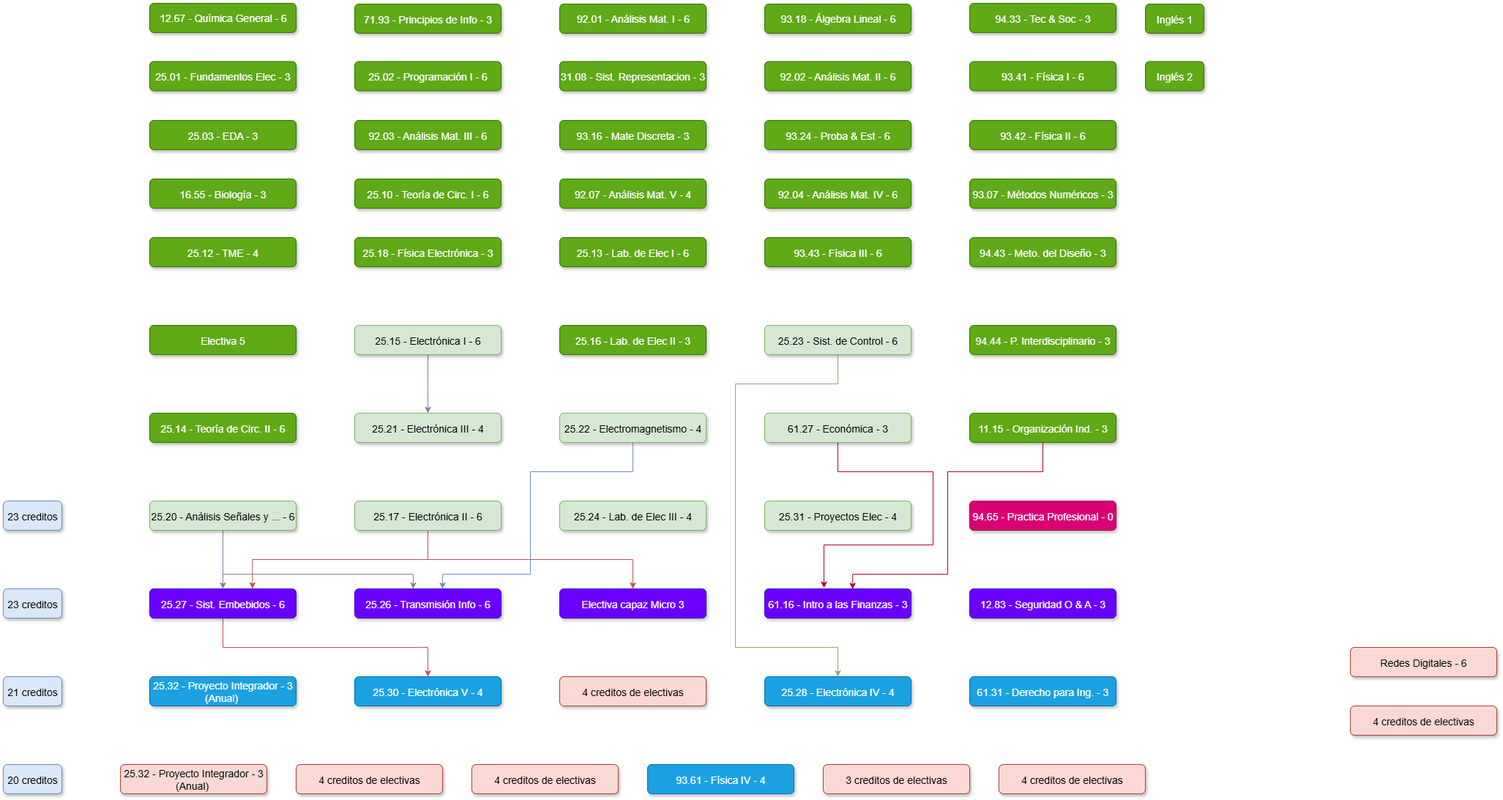
Before: K22.drawio.png, a diagram exported from draw.io (juanipla/K22). Source tidied: cells renumbered, new cells last; positions are measured from the earlier drawing's top-left corner, leaving out a move shared by most shapes.
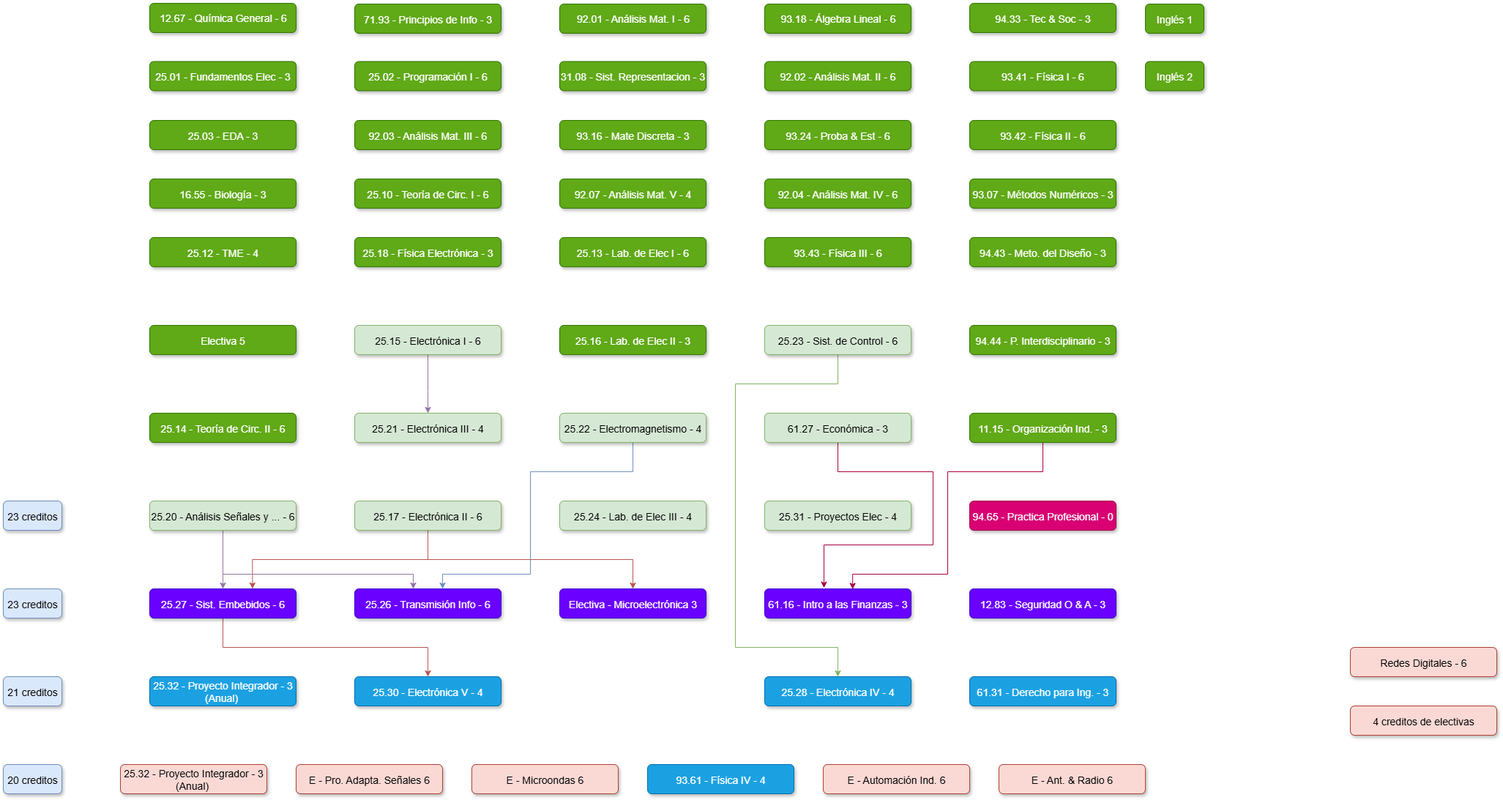
After the commit.

Diff of the diagram source:
```diff
@@ -239,27 +239,24 @@
     <mxCell id="62" value="Electiva 5" style="rounded=1;fillColor=#60a917;strokeColor=#2D7600;shadow=1;fontStyle=0;fontSize=14;labelBorderColor=none;labelBackgroundColor=none;verticalAlign=middle;fontColor=#ffffff;" parent="1" vertex="1">
       <mxGeometry x="200" y="440" width="200" height="40" as="geometry" />
     </mxCell>
-    <mxCell id="63" value="Electiva capaz Micro 3" style="rounded=1;fillColor=#6a00ff;strokeColor=#3700CC;shadow=1;fontStyle=0;fontSize=14;labelBorderColor=none;labelBackgroundColor=none;verticalAlign=middle;fontColor=#ffffff;" parent="1" vertex="1">
+    <mxCell id="63" value="Electiva - Microelectrónica 3" style="rounded=1;fillColor=#6a00ff;strokeColor=#3700CC;shadow=1;fontStyle=0;fontSize=14;labelBorderColor=none;labelBackgroundColor=none;verticalAlign=middle;fontColor=#ffffff;" parent="1" vertex="1">
       <mxGeometry x="760" y="800" width="200" height="40" as="geometry" />
     </mxCell>
-    <mxCell id="64" value="4 creditos de electivas" style="rounded=1;fillColor=#fad9d5;strokeColor=#ae4132;shadow=1;fontStyle=0;fontSize=14;labelBorderColor=none;labelBackgroundColor=none;verticalAlign=middle;" parent="1" vertex="1">
+    <mxCell id="64" value="E - Pro. Adapta. Señales 6" style="rounded=1;fillColor=#fad9d5;strokeColor=#ae4132;shadow=1;fontStyle=0;fontSize=14;labelBorderColor=none;labelBackgroundColor=none;verticalAlign=middle;" parent="1" vertex="1">
       <mxGeometry x="400" y="1040" width="200" height="40" as="geometry" />
     </mxCell>
-    <mxCell id="65" value="3 creditos de electivas" style="rounded=1;fillColor=#fad9d5;strokeColor=#ae4132;shadow=1;fontStyle=0;fontSize=14;labelBorderColor=none;labelBackgroundColor=none;verticalAlign=middle;" parent="1" vertex="1">
+    <mxCell id="65" value="E - Automación Ind. 6" style="rounded=1;fillColor=#fad9d5;strokeColor=#ae4132;shadow=1;fontStyle=0;fontSize=14;labelBorderColor=none;labelBackgroundColor=none;verticalAlign=middle;" parent="1" vertex="1">
       <mxGeometry x="1120" y="1040" width="200" height="40" as="geometry" />
     </mxCell>
     <mxCell id="66" value="Inglés 1" style="rounded=1;fillColor=#60a917;strokeColor=#2D7600;shadow=1;fontStyle=0;fontSize=14;labelBorderColor=none;labelBackgroundColor=none;verticalAlign=middle;fontColor=#ffffff;" parent="1" vertex="1">
       <mxGeometry x="1560" y="1" width="80" height="40" as="geometry" />
     </mxCell>
-    <mxCell id="67" value="4 creditos de electivas" style="rounded=1;fillColor=#fad9d5;strokeColor=#ae4132;shadow=1;fontStyle=0;fontSize=14;labelBorderColor=none;labelBackgroundColor=none;verticalAlign=middle;" parent="1" vertex="1">
-      <mxGeometry x="760" y="920" width="200" height="40" as="geometry" />
+    <mxCell id="67" value="E - Ant. &amp; Radio 6" style="rounded=1;fillColor=#fad9d5;strokeColor=#ae4132;shadow=1;fontStyle=0;fontSize=14;labelBorderColor=none;labelBackgroundColor=none;verticalAlign=middle;" parent="1" vertex="1">
+      <mxGeometry x="1360" y="1040" width="200" height="40" as="geometry" />
     </mxCell>
-    <mxCell id="68" value="4 creditos de electivas" style="rounded=1;fillColor=#fad9d5;strokeColor=#ae4132;shadow=1;fontStyle=0;fontSize=14;labelBorderColor=none;labelBackgroundColor=none;verticalAlign=middle;" parent="1" vertex="1">
+    <mxCell id="68" value="E - Microondas 6" style="rounded=1;fillColor=#fad9d5;strokeColor=#ae4132;shadow=1;fontStyle=0;fontSize=14;labelBorderColor=none;labelBackgroundColor=none;verticalAlign=middle;" parent="1" vertex="1">
       <mxGeometry x="640" y="1040" width="200" height="40" as="geometry" />
     </mxCell>
-    <mxCell id="69" value="4 creditos de electivas" style="rounded=1;fillColor=#fad9d5;strokeColor=#ae4132;shadow=1;fontStyle=0;fontSize=14;labelBorderColor=none;labelBackgroundColor=none;verticalAlign=middle;" parent="1" vertex="1">
-      <mxGeometry x="1360" y="1040" width="200" height="40" as="geometry" />
-    </mxCell>
     <mxCell id="70" value="23 creditos" style="rounded=1;fillColor=#dae8fc;strokeColor=#6c8ebf;shadow=1;fontStyle=0;fontSize=14;labelBorderColor=none;labelBackgroundColor=none;verticalAlign=middle;" parent="1" vertex="1">
       <mxGeometry y="680" width="80" height="40" as="geometry" />
     </mxCell>
```
